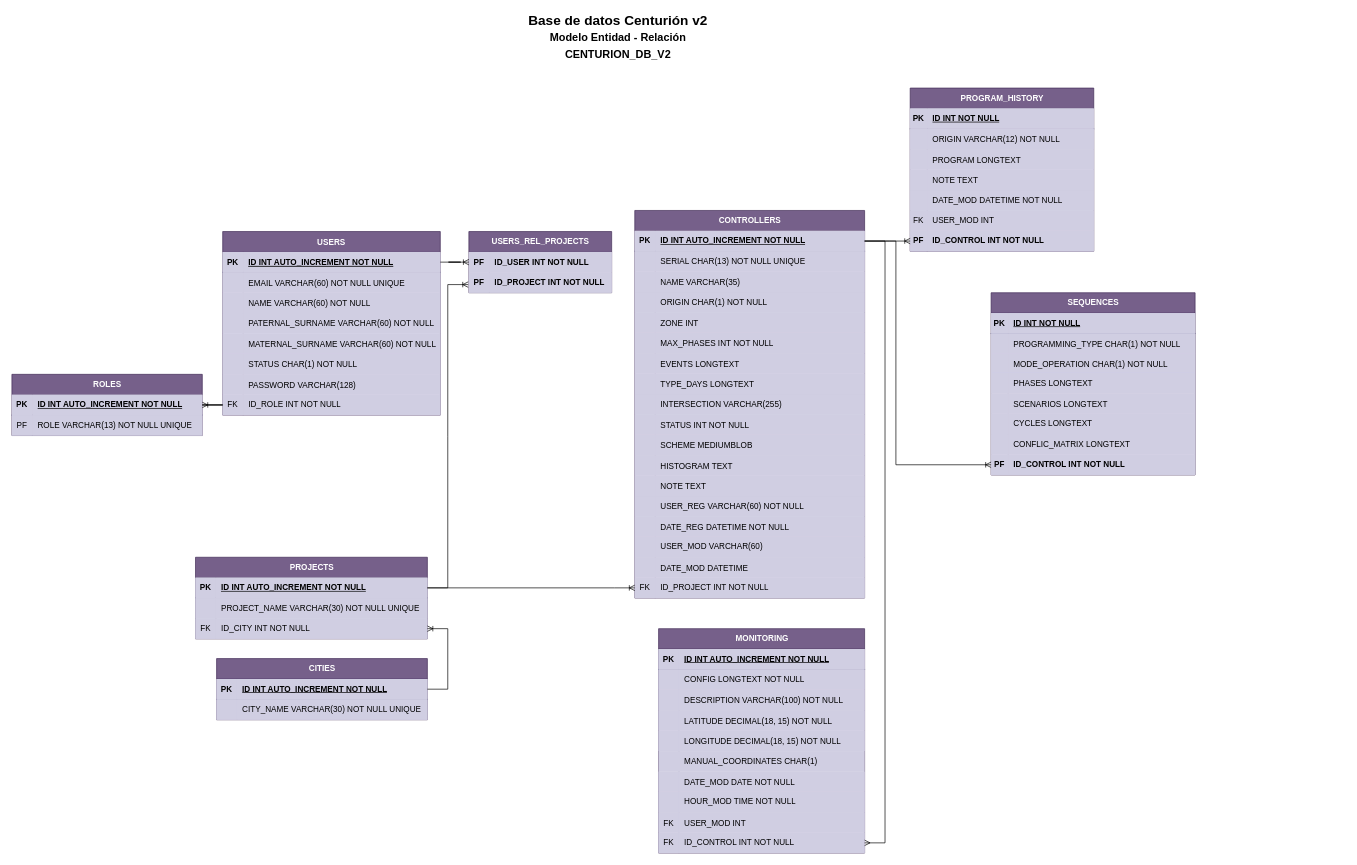
ChirinosM/Prueba keeps this draw.io diagram as page "ERD-CEN-V2-2" (3 of 4) of BD-CENTURION.drawio. Above is the earlier version. Source tidied: cells renumbered, new cells numbered last; positions are measured from the earlier drawing's top-left corner, leaving out a move shared by most shapes. Both pictures are drawn from the tidied source at 68%, with x=0, y=0 at pixel (12, 12).
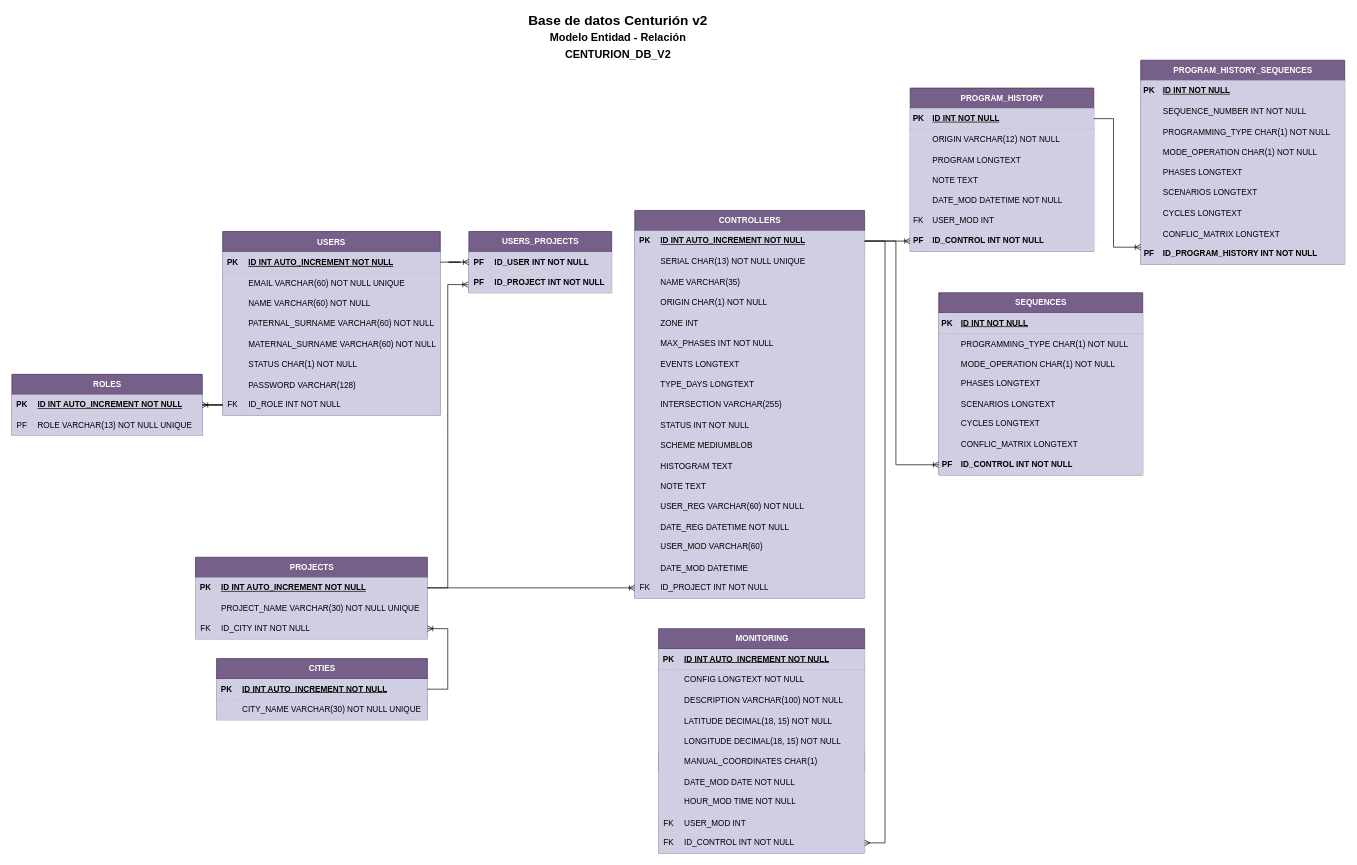
Above is the later version.

Unchanged cells that the change refers to:
```xml
<mxCell id="82" style="shape=tableRow;horizontal=0;startSize=0;swimlaneHead=0;swimlaneBody=0;fillColor=#d0cee2;points=[[0,0.5],[1,0.5]];portConstraint=eastwest;top=0;left=0;right=0;bottom=1;strokeColor=#56517e;rounded=0;" parent="81" vertex="1">
  <mxGeometry y="30" width="270" height="30" as="geometry" />
</mxCell>
```

The edit, as a diff of the source:
```diff
@@
-    <mxCell id="74" value="USERS_REL_PROJECTS" style="shape=table;startSize=30;childLayout=tableLayout;rowLines=0;fontStyle=1;align=center;html=1;fillColor=#76608a;strokeColor=#432D57;fontColor=#ffffff;rounded=0;" parent="1" vertex="1">
+    <mxCell id="74" value="USERS_PROJECTS" style="shape=table;startSize=30;childLayout=tableLayout;rowLines=0;fontStyle=1;align=center;html=1;fillColor=#76608a;strokeColor=#432D57;fontColor=#ffffff;rounded=0;" parent="1" vertex="1">
       <mxGeometry x="672" y="322" width="210" height="90" as="geometry" />
     </mxCell>
@@
     <mxCell id="174" value="SEQUENCES" style="shape=table;startSize=30;childLayout=tableLayout;rowLines=0;fontStyle=1;align=center;html=1;fillColor=#76608a;strokeColor=#432D57;fontColor=#ffffff;rounded=0;" parent="1" vertex="1">
-      <mxGeometry x="1440" y="412" width="300" height="268" as="geometry" />
+      <mxGeometry x="1363" y="412" width="300" height="268" as="geometry" />
     </mxCell>
@@
+    <mxCell id="200" value="PROGRAM_HISTORY_SEQUENCES" style="shape=table;startSize=30;childLayout=tableLayout;rowLines=0;fontStyle=1;align=center;html=1;fillColor=#76608a;strokeColor=#432D57;fontColor=#ffffff;rounded=0;" parent="1" vertex="1">
+      <mxGeometry x="1660" y="70" width="300" height="300" as="geometry" />
+    </mxCell>
+    <mxCell id="201" style="shape=tableRow;horizontal=0;startSize=0;swimlaneHead=0;swimlaneBody=0;fillColor=#d0cee2;top=0;left=0;right=0;bottom=1;strokeColor=#56517e;rounded=0;" parent="200" vertex="1">
+      <mxGeometry y="30" width="300" height="30" as="geometry" />
+    </mxCell>
+    <mxCell id="202" value="PK" style="shape=partialRectangle;fillColor=#d0cee2;top=0;left=0;bottom=0;right=0;fontStyle=1;overflow=hidden;whiteSpace=wrap;html=1;strokeColor=#56517e;rounded=0;" parent="201" vertex="1">
+      <mxGeometry width="25" height="30" as="geometry" />
+    </mxCell>
+    <mxCell id="203" value="ID INT NOT NULL" style="shape=partialRectangle;fillColor=#d0cee2;top=0;left=0;bottom=0;right=0;align=left;spacingLeft=6;fontStyle=5;overflow=hidden;whiteSpace=wrap;html=1;strokeColor=#56517e;rounded=0;" parent="201" vertex="1">
+      <mxGeometry x="25" width="275" height="30" as="geometry" />
+    </mxCell>
+    <mxCell id="204" style="shape=tableRow;horizontal=0;startSize=0;swimlaneHead=0;swimlaneBody=0;fillColor=#d0cee2;top=0;left=0;right=0;bottom=0;strokeColor=#56517e;" parent="200" vertex="1">
+      <mxGeometry y="60" width="300" height="30" as="geometry" />
+    </mxCell>
+    <mxCell id="205" style="shape=partialRectangle;fillColor=#d0cee2;top=0;left=0;bottom=0;right=0;overflow=hidden;strokeColor=#56517e;" parent="204" vertex="1">
+      <mxGeometry width="25" height="30" as="geometry" />
+    </mxCell>
+    <mxCell id="206" value="SEQUENCE_NUMBER INT NOT NULL" style="shape=partialRectangle;fillColor=#d0cee2;top=0;left=0;bottom=0;right=0;align=left;spacingLeft=6;overflow=hidden;strokeColor=#56517e;" parent="204" vertex="1">
+      <mxGeometry x="25" width="275" height="30" as="geometry" />
+    </mxCell>
+    <mxCell id="207" style="shape=tableRow;horizontal=0;startSize=0;swimlaneHead=0;swimlaneBody=0;fillColor=#d0cee2;top=0;left=0;right=0;bottom=0;strokeColor=#56517e;rounded=0;" parent="200" vertex="1">
+      <mxGeometry y="90" width="300" height="30" as="geometry" />
+    </mxCell>
+    <mxCell id="208" style="shape=partialRectangle;fillColor=#d0cee2;top=0;left=0;bottom=0;right=0;overflow=hidden;strokeColor=#56517e;rounded=0;" parent="207" vertex="1">
+      <mxGeometry width="25" height="30" as="geometry" />
+    </mxCell>
+    <mxCell id="209" value="PROGRAMMING_TYPE CHAR(1) NOT NULL" style="shape=partialRectangle;fillColor=#d0cee2;top=0;left=0;bottom=0;right=0;align=left;spacingLeft=6;overflow=hidden;strokeColor=#56517e;rounded=0;" parent="207" vertex="1">
+      <mxGeometry x="25" width="275" height="30" as="geometry" />
+    </mxCell>
+    <mxCell id="210" style="shape=tableRow;horizontal=0;startSize=0;swimlaneHead=0;swimlaneBody=0;fillColor=#d0cee2;top=0;left=0;right=0;bottom=0;strokeColor=#56517e;" parent="200" vertex="1">
+      <mxGeometry y="120" width="300" height="30" as="geometry" />
+    </mxCell>
+    <mxCell id="211" style="shape=partialRectangle;fillColor=#d0cee2;top=0;left=0;bottom=0;right=0;overflow=hidden;strokeColor=#56517e;" parent="210" vertex="1">
+      <mxGeometry width="25" height="30" as="geometry" />
+    </mxCell>
+    <mxCell id="212" value="MODE_OPERATION CHAR(1) NOT NULL" style="shape=partialRectangle;fillColor=#d0cee2;top=0;left=0;bottom=0;right=0;align=left;spacingLeft=6;overflow=hidden;strokeColor=#56517e;" parent="210" vertex="1">
+      <mxGeometry x="25" width="275" height="30" as="geometry" />
+    </mxCell>
+    <mxCell id="213" style="shape=tableRow;horizontal=0;startSize=0;swimlaneHead=0;swimlaneBody=0;fillColor=#d0cee2;top=0;left=0;right=0;bottom=0;strokeColor=#56517e;rounded=0;" parent="200" vertex="1">
+      <mxGeometry y="150" width="300" height="30" as="geometry" />
+    </mxCell>
+    <mxCell id="214" style="shape=partialRectangle;fillColor=#d0cee2;top=0;left=0;bottom=0;right=0;overflow=hidden;strokeColor=#56517e;rounded=0;" parent="213" vertex="1">
+      <mxGeometry width="25" height="30" as="geometry" />
+    </mxCell>
+    <mxCell id="215" value="PHASES LONGTEXT" style="shape=partialRectangle;fillColor=#d0cee2;top=0;left=0;bottom=0;right=0;align=left;spacingLeft=6;overflow=hidden;strokeColor=#56517e;rounded=0;" parent="213" vertex="1">
+      <mxGeometry x="25" width="275" height="30" as="geometry" />
+    </mxCell>
+    <mxCell id="216" style="shape=tableRow;horizontal=0;startSize=0;swimlaneHead=0;swimlaneBody=0;fillColor=#d0cee2;top=0;left=0;right=0;bottom=0;strokeColor=#56517e;rounded=0;" parent="200" vertex="1">
+      <mxGeometry y="180" width="300" height="30" as="geometry" />
+    </mxCell>
+    <mxCell id="217" style="shape=partialRectangle;fillColor=#d0cee2;top=0;left=0;bottom=0;right=0;overflow=hidden;whiteSpace=wrap;html=1;strokeColor=#56517e;rounded=0;" parent="216" vertex="1">
+      <mxGeometry width="25" height="30" as="geometry" />
+    </mxCell>
+    <mxCell id="218" value="SCENARIOS LONGTEXT" style="shape=partialRectangle;fillColor=#d0cee2;top=0;left=0;bottom=0;right=0;align=left;spacingLeft=6;overflow=hidden;whiteSpace=wrap;html=1;strokeColor=#56517e;rounded=0;" parent="216" vertex="1">
+      <mxGeometry x="25" width="275" height="30" as="geometry" />
+    </mxCell>
+    <mxCell id="219" style="shape=tableRow;horizontal=0;startSize=0;swimlaneHead=0;swimlaneBody=0;fillColor=#D0CEE2;top=0;left=0;right=0;bottom=0;strokeColor=#9673a6;" parent="200" vertex="1">
+      <mxGeometry y="210" width="300" height="30" as="geometry" />
+    </mxCell>
+    <mxCell id="220" style="shape=partialRectangle;fillColor=#D0CEE2;top=0;left=0;bottom=0;right=0;overflow=hidden;strokeColor=#9673a6;" parent="219" vertex="1">
+      <mxGeometry width="25" height="30" as="geometry" />
+    </mxCell>
+    <mxCell id="221" value="CYCLES LONGTEXT" style="shape=partialRectangle;fillColor=#D0CEE2;top=0;left=0;bottom=0;right=0;align=left;spacingLeft=6;overflow=hidden;strokeColor=#9673a6;" parent="219" vertex="1">
+      <mxGeometry x="25" width="275" height="30" as="geometry" />
+    </mxCell>
+    <mxCell id="222" style="shape=tableRow;horizontal=0;startSize=0;swimlaneHead=0;swimlaneBody=0;fillColor=#D0CEE2;top=0;left=0;right=0;bottom=0;strokeColor=#9673a6;" parent="200" vertex="1">
+      <mxGeometry y="240" width="300" height="30" as="geometry" />
+    </mxCell>
+    <mxCell id="223" style="shape=partialRectangle;fillColor=#D0CEE2;top=0;left=0;bottom=0;right=0;overflow=hidden;strokeColor=#9673a6;" parent="222" vertex="1">
+      <mxGeometry width="25" height="30" as="geometry" />
+    </mxCell>
+    <mxCell id="224" value="CONFLIC_MATRIX LONGTEXT" style="shape=partialRectangle;fillColor=#D0CEE2;top=0;left=0;bottom=0;right=0;align=left;spacingLeft=6;overflow=hidden;strokeColor=#9673a6;" parent="222" vertex="1">
+      <mxGeometry x="25" width="275" height="30" as="geometry" />
+    </mxCell>
+    <mxCell id="225" style="shape=tableRow;horizontal=0;startSize=0;swimlaneHead=0;swimlaneBody=0;fillColor=#d0cee2;points=[[0,0.5],[1,0.5]];portConstraint=eastwest;top=0;left=0;right=0;bottom=0;strokeColor=#56517e;rounded=0;" parent="200" vertex="1">
+      <mxGeometry y="270" width="300" height="30" as="geometry" />
+    </mxCell>
+    <mxCell id="226" value="&lt;b&gt;PF&lt;/b&gt;" style="shape=partialRectangle;fillColor=#d0cee2;top=0;left=0;bottom=0;right=0;fontStyle=0;overflow=hidden;whiteSpace=wrap;html=1;strokeColor=#56517e;rounded=0;" parent="225" vertex="1">
+      <mxGeometry width="25" height="30" as="geometry" />
+    </mxCell>
+    <mxCell id="227" value="&lt;b&gt;ID_PROGRAM_HISTORY INT NOT NULL&lt;/b&gt;" style="shape=partialRectangle;fillColor=#d0cee2;top=0;left=0;bottom=0;right=0;align=left;spacingLeft=6;fontStyle=0;overflow=hidden;whiteSpace=wrap;html=1;strokeColor=#56517e;rounded=0;" parent="225" vertex="1">
+      <mxGeometry x="25" width="275" height="30" as="geometry" />
+    </mxCell>
+    <mxCell id="228" style="edgeStyle=orthogonalEdgeStyle;fontSize=12;html=1;endArrow=ERoneToMany;rounded=0;" parent="1" edge="1" source="82" target="225">
+      <mxGeometry relative="1" as="geometry">
+        <Array as="points">
+          <mxPoint x="1620" y="156" />
+          <mxPoint x="1620" y="345" />
+        </Array>
+      </mxGeometry>
+    </mxCell>
```
